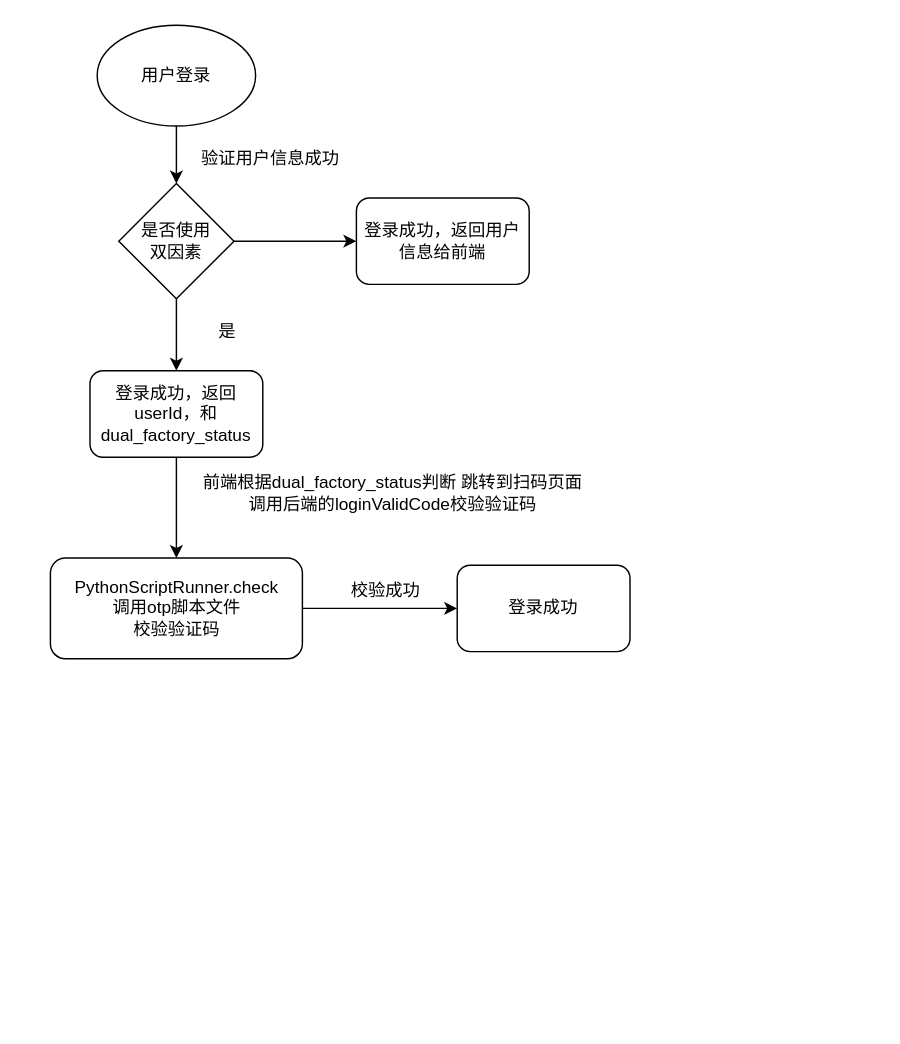
The draw.io diagram 公共服务.drawio in Rodma1/draw, before the edit. Source tidied: cells renumbered, new cells numbered last; positions are measured from the earlier drawing's top-left corner, leaving out a move shared by most shapes. Both pictures are drawn from the tidied source at 144%, with x=0, y=0 at pixel (50, 24).
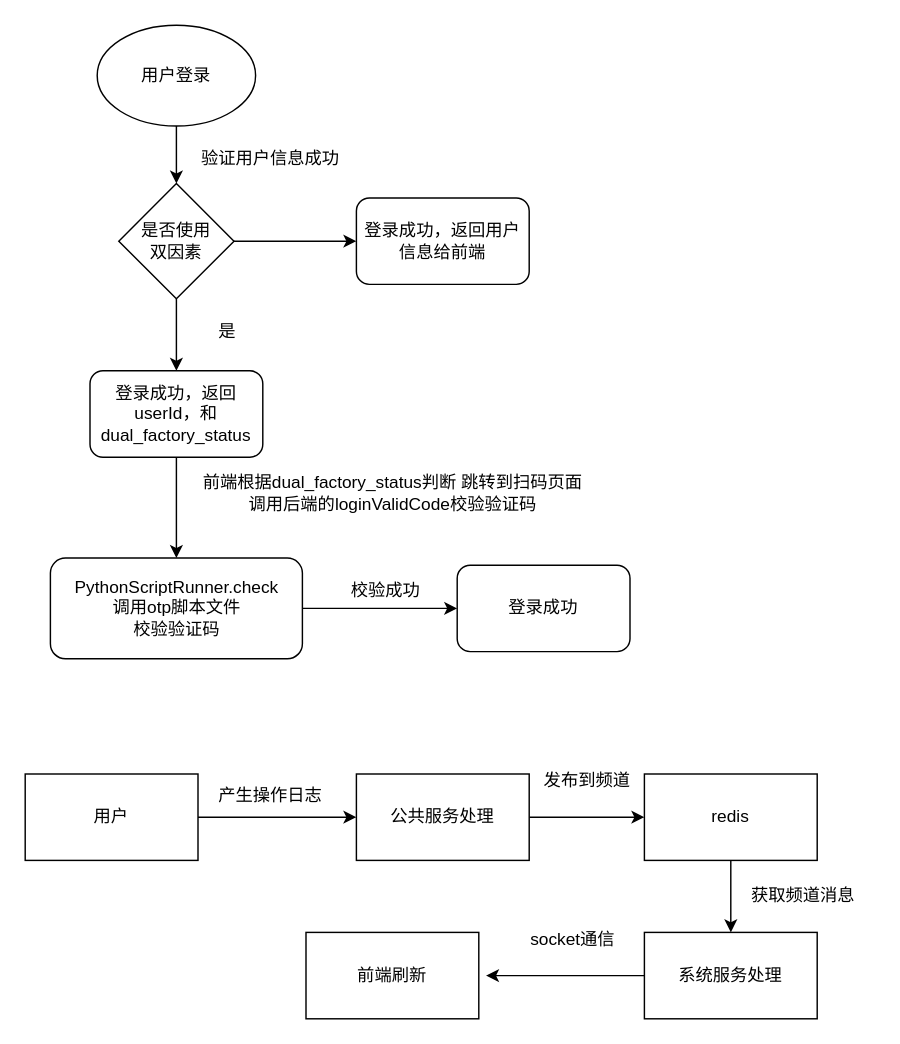
Above is the later version.

Commit message:
更新公共服务.drawio

What changed in the source:
```diff
@@
+    <mxCell id="17" style="edgeStyle=orthogonalEdgeStyle;rounded=0;jettySize=auto;html=1;entryX=0;entryY=0.5;entryDx=0;entryDy=0;" parent="1" edge="1" source="18" target="20">
+      <mxGeometry relative="1" as="geometry" />
+    </mxCell>
+    <mxCell id="18" value="用户" style="rounded=0;whiteSpace=wrap;html=1;" parent="1" vertex="1">
+      <mxGeometry x="-18" y="520" width="120" height="60" as="geometry" />
+    </mxCell>
+    <mxCell id="19" style="edgeStyle=orthogonalEdgeStyle;rounded=0;jettySize=auto;html=1;entryX=0;entryY=0.5;entryDx=0;entryDy=0;" parent="1" edge="1" source="20" target="23">
+      <mxGeometry relative="1" as="geometry" />
+    </mxCell>
+    <mxCell id="20" value="公共服务处理" style="rounded=0;whiteSpace=wrap;html=1;" parent="1" vertex="1">
+      <mxGeometry x="212" y="520" width="120" height="60" as="geometry" />
+    </mxCell>
+    <mxCell id="21" value="产生操作日志" style="text;html=1;align=center;verticalAlign=middle;strokeColor=none;fillColor=none;" parent="1" vertex="1">
+      <mxGeometry x="102" y="520" width="100" height="30" as="geometry" />
+    </mxCell>
+    <mxCell id="22" style="edgeStyle=orthogonalEdgeStyle;rounded=0;jettySize=auto;html=1;entryX=0.5;entryY=0;entryDx=0;entryDy=0;" parent="1" edge="1" source="23" target="26">
+      <mxGeometry relative="1" as="geometry" />
+    </mxCell>
+    <mxCell id="23" value="redis" style="rounded=0;whiteSpace=wrap;html=1;" parent="1" vertex="1">
+      <mxGeometry x="412" y="520" width="120" height="60" as="geometry" />
+    </mxCell>
+    <mxCell id="24" value="发布到频道" style="text;html=1;align=center;verticalAlign=middle;strokeColor=none;fillColor=none;" parent="1" vertex="1">
+      <mxGeometry x="332" y="510" width="80" height="30" as="geometry" />
+    </mxCell>
+    <mxCell id="25" style="edgeStyle=orthogonalEdgeStyle;rounded=0;jettySize=auto;html=1;" parent="1" edge="1" source="26">
+      <mxGeometry relative="1" as="geometry">
+        <mxPoint x="302" y="660" as="targetPoint" />
+      </mxGeometry>
+    </mxCell>
+    <mxCell id="26" value="系统服务处理" style="rounded=0;whiteSpace=wrap;html=1;" parent="1" vertex="1">
+      <mxGeometry x="412" y="630" width="120" height="60" as="geometry" />
+    </mxCell>
+    <mxCell id="27" value="获取频道消息" style="text;html=1;align=center;verticalAlign=middle;strokeColor=none;fillColor=none;" parent="1" vertex="1">
+      <mxGeometry x="472" y="590" width="100" height="30" as="geometry" />
+    </mxCell>
+    <mxCell id="28" value="前端刷新" style="rounded=0;whiteSpace=wrap;html=1;" parent="1" vertex="1">
+      <mxGeometry x="177" y="630" width="120" height="60" as="geometry" />
+    </mxCell>
+    <mxCell id="29" value="socket通信" style="text;html=1;align=center;verticalAlign=middle;strokeColor=none;fillColor=none;" parent="1" vertex="1">
+      <mxGeometry x="322" y="620" width="80" height="30" as="geometry" />
+    </mxCell>
```
